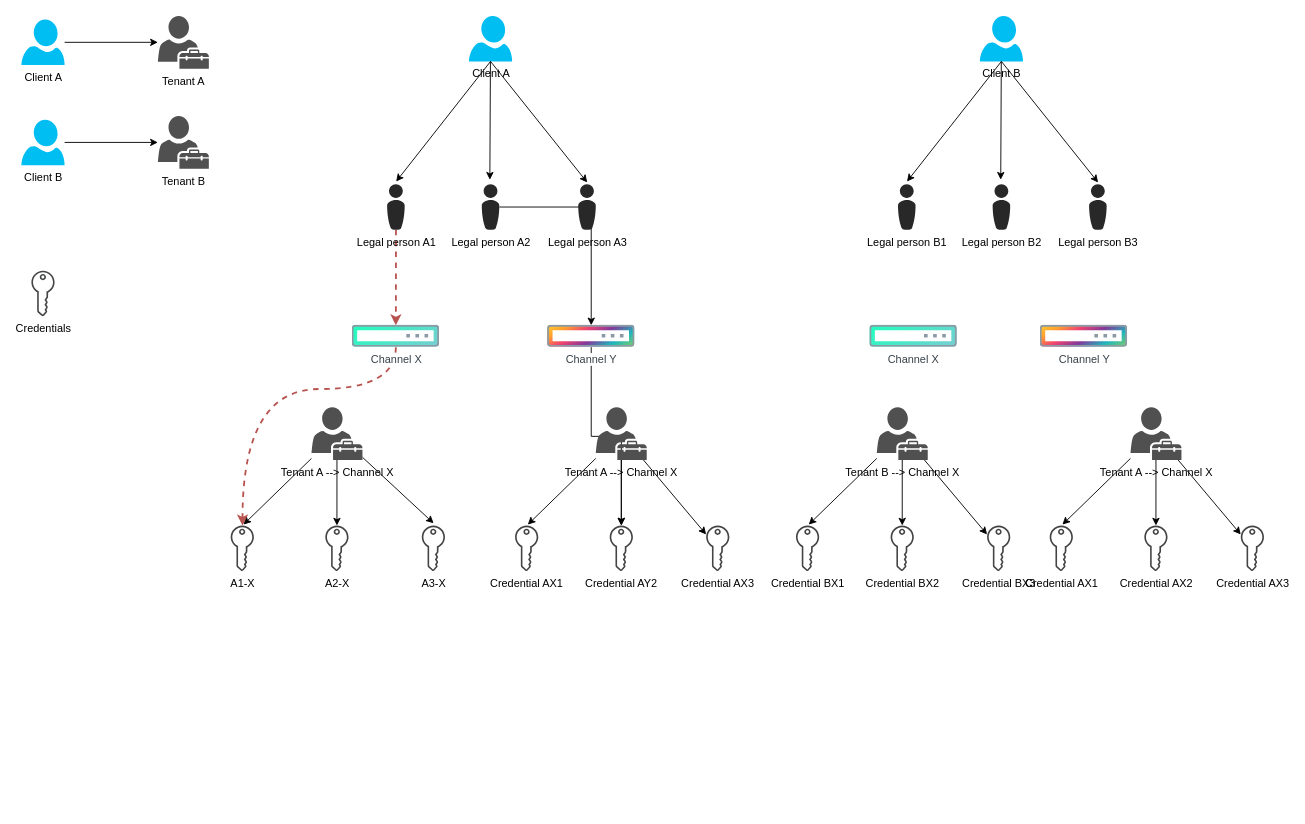
This is Fourth Payment.drawio from catface996/images, a draw.io file, before an edit. Source tidied: cells renumbered, new cells numbered last; positions are measured from the earlier drawing's top-left corner, leaving out a move shared by most shapes. Both pictures are drawn from the tidied source at 91%, with x=0, y=0 at pixel (21, 15).
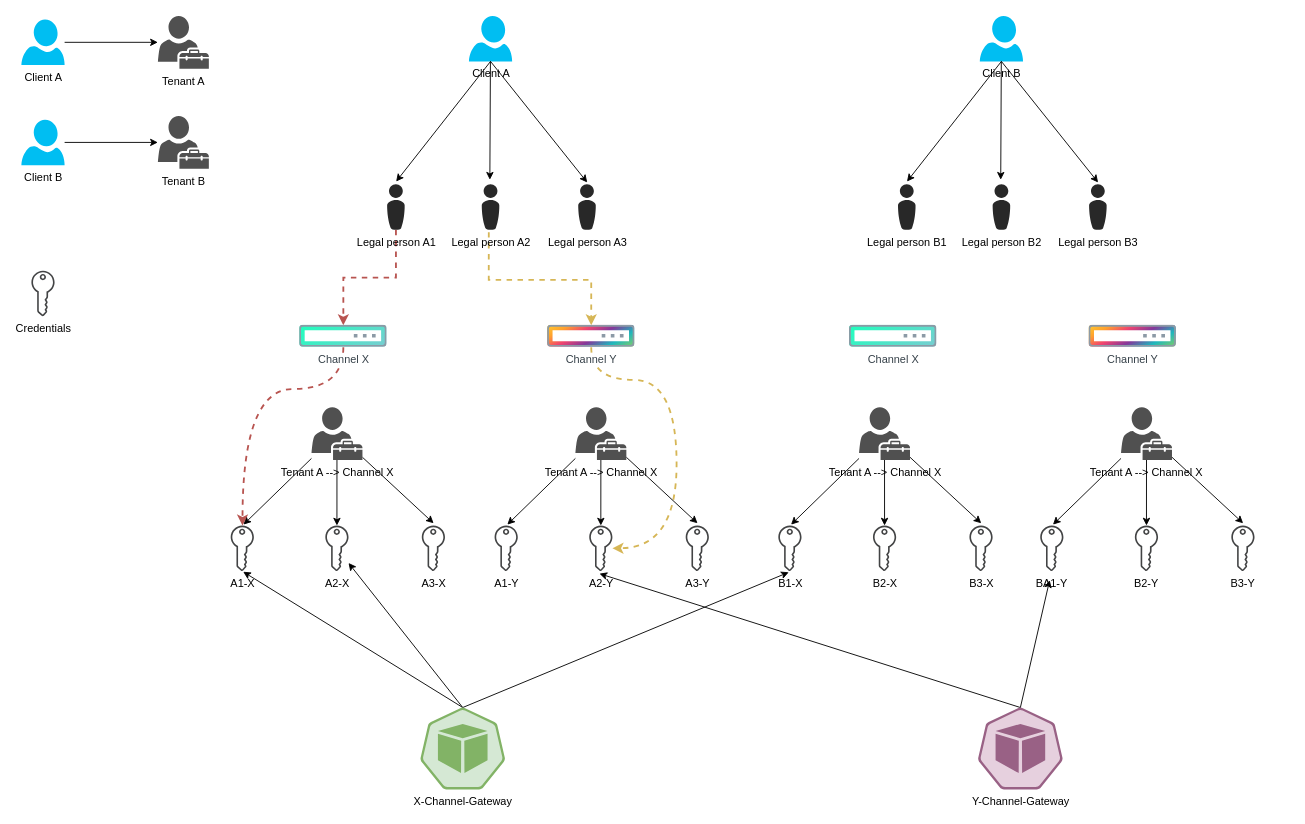
The same diagram, later.

Unchanged cells that the change refers to:
```xml
<mxCell id="7" value="Legal person A2" style="verticalLabelPosition=bottom;sketch=0;html=1;fillColor=#282828;strokeColor=none;verticalAlign=top;align=center;shape=mxgraph.cisco_safe.people_places_things_icons.icon8;" parent="1" vertex="1">
  <mxGeometry x="505.8" y="185" width="19.5" height="50" as="geometry" />
</mxCell>
<mxCell id="21" value="A1-X" style="sketch=0;shadow=0;dashed=0;html=1;strokeColor=none;fillColor=#434445;labelPosition=center;verticalLabelPosition=bottom;verticalAlign=top;align=center;outlineConnect=0;shape=mxgraph.vvd.tenant_key;" parent="1" vertex="1">
  <mxGeometry x="230" y="560" width="25.5" height="50" as="geometry" />
</mxCell>
<mxCell id="22" value="A2-X" style="sketch=0;shadow=0;dashed=0;html=1;strokeColor=none;fillColor=#434445;labelPosition=center;verticalLabelPosition=bottom;verticalAlign=top;align=center;outlineConnect=0;shape=mxgraph.vvd.tenant_key;" parent="1" vertex="1">
  <mxGeometry x="334" y="560" width="25.5" height="50" as="geometry" />
</mxCell>
<mxCell id="35" value="Channel Y" style="image;perimeter=ellipsePerimeter;html=1;align=center;fontSize=12;verticalAlign=top;fontColor=#364149;shadow=0;dashed=0;image=img/lib/cumulus/switch_voyager.svg;" parent="1" vertex="1">
  <mxGeometry x="578.2" y="340" width="96" height="24" as="geometry" />
</mxCell>
```

What changed in the source:
```diff
@@
-    <mxCell id="6" style="edgeStyle=orthogonalEdgeStyle;rounded=0;jettySize=auto;html=1;entryX=0.5;entryY=0;entryDx=0;entryDy=0;" parent="1" edge="1" source="7" target="35">
-      <mxGeometry relative="1" as="geometry" />
+    <mxCell id="6" style="rounded=0;jettySize=auto;html=1;entryX=0.5;entryY=0;entryDx=0;entryDy=0;exitX=0.402;exitY=1.052;exitDx=0;exitDy=0;exitPerimeter=0;edgeStyle=orthogonalEdgeStyle;dashed=1;fillColor=#fff2cc;strokeColor=#d6b656;strokeWidth=2;" parent="1" edge="1" source="7" target="35">
+      <mxGeometry relative="1" as="geometry">
+        <Array as="points">
+          <mxPoint x="514" y="290" />
+          <mxPoint x="626" y="290" />
+        </Array>
+      </mxGeometry>
     </mxCell>
@@
-    <mxCell id="25" style="rounded=0;jettySize=auto;html=1;" parent="1" edge="1" source="27" target="29">
-      <mxGeometry relative="1" as="geometry" />
-    </mxCell>
-    <mxCell id="26" style="rounded=0;jettySize=auto;html=1;" parent="1" edge="1" source="27" target="30">
-      <mxGeometry relative="1" as="geometry" />
-    </mxCell>
-    <mxCell id="27" value="Tenant B --&amp;gt; Channel X" style="sketch=0;shadow=0;dashed=0;html=1;strokeColor=none;fillColor=#505050;labelPosition=center;verticalLabelPosition=bottom;verticalAlign=top;outlineConnect=0;align=center;shape=mxgraph.office.users.tenant_admin;" parent="1" vertex="1">
-      <mxGeometry x="940" y="430" width="56" height="58" as="geometry" />
-    </mxCell>
-    <mxCell id="28" value="Credential BX1" style="sketch=0;shadow=0;dashed=0;html=1;strokeColor=none;fillColor=#434445;labelPosition=center;verticalLabelPosition=bottom;verticalAlign=top;align=center;outlineConnect=0;shape=mxgraph.vvd.tenant_key;" parent="1" vertex="1">
-      <mxGeometry x="851.2" y="560" width="25.5" height="50" as="geometry" />
-    </mxCell>
-    <mxCell id="29" value="Credential BX2" style="sketch=0;shadow=0;dashed=0;html=1;strokeColor=none;fillColor=#434445;labelPosition=center;verticalLabelPosition=bottom;verticalAlign=top;align=center;outlineConnect=0;shape=mxgraph.vvd.tenant_key;" parent="1" vertex="1">
-      <mxGeometry x="955.2" y="560" width="25.5" height="50" as="geometry" />
-    </mxCell>
-    <mxCell id="30" value="Credential BX3" style="sketch=0;shadow=0;dashed=0;html=1;strokeColor=none;fillColor=#434445;labelPosition=center;verticalLabelPosition=bottom;verticalAlign=top;align=center;outlineConnect=0;shape=mxgraph.vvd.tenant_key;" parent="1" vertex="1">
-      <mxGeometry x="1061.2" y="560" width="25.5" height="50" as="geometry" />
-    </mxCell>
-    <mxCell id="31" style="rounded=0;jettySize=auto;html=1;entryX=0.549;entryY=-0.02;entryDx=0;entryDy=0;entryPerimeter=0;" parent="1" edge="1" source="27" target="28">
-      <mxGeometry relative="1" as="geometry" />
-    </mxCell>
     <mxCell id="32" style="rounded=0;jettySize=auto;html=1;exitX=0.5;exitY=1;exitDx=0;exitDy=0;dashed=1;fillColor=#f8cecc;strokeColor=#b85450;strokeWidth=2;edgeStyle=orthogonalEdgeStyle;curved=1;" parent="1" edge="1" source="33" target="21">
       <mxGeometry relative="1" as="geometry">
         <Array as="points">
-          <mxPoint x="411" y="410" />
+          <mxPoint x="354" y="410" />
           <mxPoint x="243" y="410" />
         </Array>
       </mxGeometry>
     </mxCell>
     <mxCell id="33" value="Channel X" style="image;perimeter=ellipsePerimeter;html=1;align=center;fontSize=12;verticalAlign=top;fontColor=#364149;shadow=0;dashed=0;image=img/lib/cumulus/switch_out_of_band.svg;" parent="1" vertex="1">
-      <mxGeometry x="363.5" y="340" width="96" height="24" as="geometry" />
+      <mxGeometry x="305.8" y="340" width="96" height="24" as="geometry" />
     </mxCell>
-    <mxCell id="34" style="edgeStyle=orthogonalEdgeStyle;rounded=0;jettySize=auto;html=1;" parent="1" edge="1" source="35" target="47">
-      <mxGeometry relative="1" as="geometry" />
-    </mxCell>
+    <mxCell id="59" style="edgeStyle=orthogonalEdgeStyle;rounded=0;jettySize=auto;html=1;curved=1;exitX=0.5;exitY=1;exitDx=0;exitDy=0;dashed=1;fillColor=#fff2cc;strokeColor=#d6b656;strokeWidth=2;" parent="1" edge="1" source="35" target="64">
+      <mxGeometry relative="1" as="geometry">
+        <Array as="points">
+          <mxPoint x="626" y="400" />
+          <mxPoint x="720" y="400" />
+          <mxPoint x="720" y="585" />
+        </Array>
+      </mxGeometry>
+    </mxCell>
@@
-    <mxCell id="36" style="rounded=0;jettySize=auto;html=1;" parent="1" edge="1" source="38" target="40">
-      <mxGeometry relative="1" as="geometry" />
-    </mxCell>
-    <mxCell id="37" style="rounded=0;jettySize=auto;html=1;" parent="1" edge="1" source="38" target="41">
-      <mxGeometry relative="1" as="geometry" />
-    </mxCell>
-    <mxCell id="38" value="Tenant A --&amp;gt; Channel X" style="sketch=0;shadow=0;dashed=0;html=1;strokeColor=none;fillColor=#505050;labelPosition=center;verticalLabelPosition=bottom;verticalAlign=top;outlineConnect=0;align=center;shape=mxgraph.office.users.tenant_admin;" parent="1" vertex="1">
-      <mxGeometry x="1218.8" y="430" width="56" height="58" as="geometry" />
-    </mxCell>
-    <mxCell id="39" value="Credential AX1" style="sketch=0;shadow=0;dashed=0;html=1;strokeColor=none;fillColor=#434445;labelPosition=center;verticalLabelPosition=bottom;verticalAlign=top;align=center;outlineConnect=0;shape=mxgraph.vvd.tenant_key;" parent="1" vertex="1">
-      <mxGeometry x="1130" y="560" width="25.5" height="50" as="geometry" />
-    </mxCell>
-    <mxCell id="40" value="Credential AX2" style="sketch=0;shadow=0;dashed=0;html=1;strokeColor=none;fillColor=#434445;labelPosition=center;verticalLabelPosition=bottom;verticalAlign=top;align=center;outlineConnect=0;shape=mxgraph.vvd.tenant_key;" parent="1" vertex="1">
-      <mxGeometry x="1234" y="560" width="25.5" height="50" as="geometry" />
-    </mxCell>
-    <mxCell id="41" value="Credential AX3" style="sketch=0;shadow=0;dashed=0;html=1;strokeColor=none;fillColor=#434445;labelPosition=center;verticalLabelPosition=bottom;verticalAlign=top;align=center;outlineConnect=0;shape=mxgraph.vvd.tenant_key;" parent="1" vertex="1">
-      <mxGeometry x="1340" y="560" width="25.5" height="50" as="geometry" />
-    </mxCell>
-    <mxCell id="42" style="rounded=0;jettySize=auto;html=1;entryX=0.549;entryY=-0.02;entryDx=0;entryDy=0;entryPerimeter=0;" parent="1" edge="1" source="38" target="39">
-      <mxGeometry relative="1" as="geometry" />
-    </mxCell>
-    <mxCell id="43" style="rounded=0;jettySize=auto;html=1;" parent="1" edge="1" source="45" target="47">
-      <mxGeometry relative="1" as="geometry" />
-    </mxCell>
-    <mxCell id="44" style="rounded=0;jettySize=auto;html=1;" parent="1" edge="1" source="45" target="48">
-      <mxGeometry relative="1" as="geometry" />
-    </mxCell>
-    <mxCell id="45" value="Tenant A --&amp;gt; Channel X" style="sketch=0;shadow=0;dashed=0;html=1;strokeColor=none;fillColor=#505050;labelPosition=center;verticalLabelPosition=bottom;verticalAlign=top;outlineConnect=0;align=center;shape=mxgraph.office.users.tenant_admin;" parent="1" vertex="1">
-      <mxGeometry x="631.2" y="430" width="56" height="58" as="geometry" />
-    </mxCell>
-    <mxCell id="46" value="Credential AX1" style="sketch=0;shadow=0;dashed=0;html=1;strokeColor=none;fillColor=#434445;labelPosition=center;verticalLabelPosition=bottom;verticalAlign=top;align=center;outlineConnect=0;shape=mxgraph.vvd.tenant_key;" parent="1" vertex="1">
-      <mxGeometry x="542.5" y="560" width="25.5" height="50" as="geometry" />
-    </mxCell>
-    <mxCell id="47" value="Credential AY2" style="sketch=0;shadow=0;dashed=0;html=1;strokeColor=none;fillColor=#434445;labelPosition=center;verticalLabelPosition=bottom;verticalAlign=top;align=center;outlineConnect=0;shape=mxgraph.vvd.tenant_key;" parent="1" vertex="1">
-      <mxGeometry x="646.5" y="560" width="25.5" height="50" as="geometry" />
-    </mxCell>
-    <mxCell id="48" value="Credential AX3" style="sketch=0;shadow=0;dashed=0;html=1;strokeColor=none;fillColor=#434445;labelPosition=center;verticalLabelPosition=bottom;verticalAlign=top;align=center;outlineConnect=0;shape=mxgraph.vvd.tenant_key;" parent="1" vertex="1">
-      <mxGeometry x="752.5" y="560" width="25.5" height="50" as="geometry" />
-    </mxCell>
-    <mxCell id="49" style="rounded=0;jettySize=auto;html=1;entryX=0.549;entryY=-0.02;entryDx=0;entryDy=0;entryPerimeter=0;" parent="1" edge="1" source="45" target="46">
-      <mxGeometry relative="1" as="geometry" />
-    </mxCell>
     <mxCell id="50" value="Channel X" style="image;perimeter=ellipsePerimeter;html=1;align=center;fontSize=12;verticalAlign=top;fontColor=#364149;shadow=0;dashed=0;image=img/lib/cumulus/switch_out_of_band.svg;" parent="1" vertex="1">
-      <mxGeometry x="932.4" y="340" width="96" height="24" as="geometry" />
+      <mxGeometry x="910" y="340" width="96" height="24" as="geometry" />
     </mxCell>
     <mxCell id="51" value="Channel Y" style="image;perimeter=ellipsePerimeter;html=1;align=center;fontSize=12;verticalAlign=top;fontColor=#364149;shadow=0;dashed=0;image=img/lib/cumulus/switch_voyager.svg;" parent="1" vertex="1">
-      <mxGeometry x="1119.6" y="340" width="96" height="24" as="geometry" />
+      <mxGeometry x="1173.2" y="340" width="96" height="24" as="geometry" />
     </mxCell>
@@
+    <mxCell id="60" style="rounded=0;jettySize=auto;html=1;" parent="1" edge="1" source="62" target="64">
+      <mxGeometry relative="1" as="geometry" />
+    </mxCell>
+    <mxCell id="61" style="rounded=0;jettySize=auto;html=1;entryX=0.51;entryY=-0.049;entryDx=0;entryDy=0;entryPerimeter=0;" parent="1" edge="1" source="62" target="65">
+      <mxGeometry relative="1" as="geometry" />
+    </mxCell>
+    <mxCell id="62" value="Tenant A --&amp;gt; Channel X" style="sketch=0;shadow=0;dashed=0;html=1;strokeColor=none;fillColor=#505050;labelPosition=center;verticalLabelPosition=bottom;verticalAlign=top;outlineConnect=0;align=center;shape=mxgraph.office.users.tenant_admin;" parent="1" vertex="1">
+      <mxGeometry x="608.8" y="430" width="56" height="58" as="geometry" />
+    </mxCell>
+    <mxCell id="63" value="A1-Y" style="sketch=0;shadow=0;dashed=0;html=1;strokeColor=none;fillColor=#434445;labelPosition=center;verticalLabelPosition=bottom;verticalAlign=top;align=center;outlineConnect=0;shape=mxgraph.vvd.tenant_key;" parent="1" vertex="1">
+      <mxGeometry x="520" y="560" width="25.5" height="50" as="geometry" />
+    </mxCell>
+    <mxCell id="64" value="A2-Y" style="sketch=0;shadow=0;dashed=0;html=1;strokeColor=none;fillColor=#434445;labelPosition=center;verticalLabelPosition=bottom;verticalAlign=top;align=center;outlineConnect=0;shape=mxgraph.vvd.tenant_key;" parent="1" vertex="1">
+      <mxGeometry x="624" y="560" width="25.5" height="50" as="geometry" />
+    </mxCell>
+    <mxCell id="65" value="A3-Y" style="sketch=0;shadow=0;dashed=0;html=1;strokeColor=none;fillColor=#434445;labelPosition=center;verticalLabelPosition=bottom;verticalAlign=top;align=center;outlineConnect=0;shape=mxgraph.vvd.tenant_key;" parent="1" vertex="1">
+      <mxGeometry x="730" y="560" width="25.5" height="50" as="geometry" />
+    </mxCell>
+    <mxCell id="66" style="rounded=0;jettySize=auto;html=1;entryX=0.549;entryY=-0.02;entryDx=0;entryDy=0;entryPerimeter=0;" parent="1" edge="1" source="62" target="63">
+      <mxGeometry relative="1" as="geometry" />
+    </mxCell>
+    <mxCell id="67" style="rounded=0;jettySize=auto;html=1;" parent="1" edge="1" source="69" target="71">
+      <mxGeometry relative="1" as="geometry" />
+    </mxCell>
+    <mxCell id="68" style="rounded=0;jettySize=auto;html=1;entryX=0.51;entryY=-0.049;entryDx=0;entryDy=0;entryPerimeter=0;" parent="1" edge="1" source="69" target="72">
+      <mxGeometry relative="1" as="geometry" />
+    </mxCell>
+    <mxCell id="69" value="Tenant A --&amp;gt; Channel X" style="sketch=0;shadow=0;dashed=0;html=1;strokeColor=none;fillColor=#505050;labelPosition=center;verticalLabelPosition=bottom;verticalAlign=top;outlineConnect=0;align=center;shape=mxgraph.office.users.tenant_admin;" parent="1" vertex="1">
+      <mxGeometry x="920.5" y="430" width="56" height="58" as="geometry" />
+    </mxCell>
+    <mxCell id="70" value="B1-X" style="sketch=0;shadow=0;dashed=0;html=1;strokeColor=none;fillColor=#434445;labelPosition=center;verticalLabelPosition=bottom;verticalAlign=top;align=center;outlineConnect=0;shape=mxgraph.vvd.tenant_key;" parent="1" vertex="1">
+      <mxGeometry x="831.8" y="560" width="25.5" height="50" as="geometry" />
+    </mxCell>
+    <mxCell id="71" value="B2-X" style="sketch=0;shadow=0;dashed=0;html=1;strokeColor=none;fillColor=#434445;labelPosition=center;verticalLabelPosition=bottom;verticalAlign=top;align=center;outlineConnect=0;shape=mxgraph.vvd.tenant_key;" parent="1" vertex="1">
+      <mxGeometry x="935.8" y="560" width="25.5" height="50" as="geometry" />
+    </mxCell>
+    <mxCell id="72" value="B3-X" style="sketch=0;shadow=0;dashed=0;html=1;strokeColor=none;fillColor=#434445;labelPosition=center;verticalLabelPosition=bottom;verticalAlign=top;align=center;outlineConnect=0;shape=mxgraph.vvd.tenant_key;" parent="1" vertex="1">
+      <mxGeometry x="1041.8" y="560" width="25.5" height="50" as="geometry" />
+    </mxCell>
+    <mxCell id="73" style="rounded=0;jettySize=auto;html=1;entryX=0.549;entryY=-0.02;entryDx=0;entryDy=0;entryPerimeter=0;" parent="1" edge="1" source="69" target="70">
+      <mxGeometry relative="1" as="geometry" />
+    </mxCell>
+    <mxCell id="74" style="rounded=0;jettySize=auto;html=1;" parent="1" edge="1" source="76" target="78">
+      <mxGeometry relative="1" as="geometry" />
+    </mxCell>
+    <mxCell id="75" style="rounded=0;jettySize=auto;html=1;entryX=0.51;entryY=-0.049;entryDx=0;entryDy=0;entryPerimeter=0;" parent="1" edge="1" source="76" target="79">
+      <mxGeometry relative="1" as="geometry" />
+    </mxCell>
+    <mxCell id="76" value="Tenant A --&amp;gt; Channel X" style="sketch=0;shadow=0;dashed=0;html=1;strokeColor=none;fillColor=#505050;labelPosition=center;verticalLabelPosition=bottom;verticalAlign=top;outlineConnect=0;align=center;shape=mxgraph.office.users.tenant_admin;" parent="1" vertex="1">
+      <mxGeometry x="1208.4" y="430" width="56" height="58" as="geometry" />
+    </mxCell>
+    <mxCell id="77" value="BA1-Y" style="sketch=0;shadow=0;dashed=0;html=1;strokeColor=none;fillColor=#434445;labelPosition=center;verticalLabelPosition=bottom;verticalAlign=top;align=center;outlineConnect=0;shape=mxgraph.vvd.tenant_key;" parent="1" vertex="1">
+      <mxGeometry x="1119.6" y="560" width="25.5" height="50" as="geometry" />
+    </mxCell>
+    <mxCell id="78" value="B2-Y" style="sketch=0;shadow=0;dashed=0;html=1;strokeColor=none;fillColor=#434445;labelPosition=center;verticalLabelPosition=bottom;verticalAlign=top;align=center;outlineConnect=0;shape=mxgraph.vvd.tenant_key;" parent="1" vertex="1">
+      <mxGeometry x="1223.6" y="560" width="25.5" height="50" as="geometry" />
+    </mxCell>
+    <mxCell id="79" value="B3-Y" style="sketch=0;shadow=0;dashed=0;html=1;strokeColor=none;fillColor=#434445;labelPosition=center;verticalLabelPosition=bottom;verticalAlign=top;align=center;outlineConnect=0;shape=mxgraph.vvd.tenant_key;" parent="1" vertex="1">
+      <mxGeometry x="1329.6" y="560" width="25.5" height="50" as="geometry" />
+    </mxCell>
+    <mxCell id="80" style="rounded=0;jettySize=auto;html=1;entryX=0.549;entryY=-0.02;entryDx=0;entryDy=0;entryPerimeter=0;" parent="1" edge="1" source="76" target="77">
+      <mxGeometry relative="1" as="geometry" />
+    </mxCell>
+    <mxCell id="81" style="rounded=0;jettySize=auto;html=1;exitX=0.5;exitY=0;exitDx=0;exitDy=0;exitPerimeter=0;entryX=0.537;entryY=1.016;entryDx=0;entryDy=0;entryPerimeter=0;" parent="1" edge="1" source="84" target="21">
+      <mxGeometry relative="1" as="geometry" />
+    </mxCell>
+    <mxCell id="82" style="rounded=0;jettySize=auto;html=1;exitX=0.5;exitY=0;exitDx=0;exitDy=0;exitPerimeter=0;entryX=0.449;entryY=1.027;entryDx=0;entryDy=0;entryPerimeter=0;" parent="1" edge="1" source="84" target="70">
+      <mxGeometry relative="1" as="geometry" />
+    </mxCell>
+    <mxCell id="83" style="rounded=0;jettySize=auto;html=1;exitX=0.5;exitY=0;exitDx=0;exitDy=0;exitPerimeter=0;" parent="1" edge="1" source="84" target="22">
+      <mxGeometry relative="1" as="geometry" />
+    </mxCell>
+    <mxCell id="84" value="X-Channel-Gateway" style="sketch=0;html=1;dashed=0;whitespace=wrap;fillColor=#d5e8d4;strokeColor=#82b366;points=[[0.005,0.63,0],[0.1,0.2,0],[0.9,0.2,0],[0.5,0,0],[0.995,0.63,0],[0.72,0.99,0],[0.5,1,0],[0.28,0.99,0]];verticalLabelPosition=bottom;align=center;verticalAlign=top;shape=mxgraph.kubernetes.icon;prIcon=pod;gradientColor=#97d077;" parent="1" vertex="1">
+      <mxGeometry x="390" y="760" width="190" height="90" as="geometry" />
+    </mxCell>
+    <mxCell id="85" style="rounded=0;jettySize=auto;html=1;exitX=0.5;exitY=0;exitDx=0;exitDy=0;exitPerimeter=0;entryX=0.441;entryY=1.058;entryDx=0;entryDy=0;entryPerimeter=0;" parent="1" edge="1" source="86" target="64">
+      <mxGeometry relative="1" as="geometry" />
+    </mxCell>
+    <mxCell id="86" value="Y-Channel-Gateway" style="sketch=0;html=1;dashed=0;whitespace=wrap;fillColor=#e6d0de;strokeColor=#996185;points=[[0.005,0.63,0],[0.1,0.2,0],[0.9,0.2,0],[0.5,0,0],[0.995,0.63,0],[0.72,0.99,0],[0.5,1,0],[0.28,0.99,0]];verticalLabelPosition=bottom;align=center;verticalAlign=top;shape=mxgraph.kubernetes.icon;prIcon=pod;gradientColor=#d5739d;" parent="1" vertex="1">
+      <mxGeometry x="1002.8" y="760" width="190" height="90" as="geometry" />
+    </mxCell>
+    <mxCell id="87" style="rounded=0;jettySize=auto;html=1;entryX=0.407;entryY=1.2;entryDx=0;entryDy=0;entryPerimeter=0;exitX=0.5;exitY=0;exitDx=0;exitDy=0;exitPerimeter=0;" parent="1" edge="1" source="86" target="77">
+      <mxGeometry relative="1" as="geometry" />
+    </mxCell>
```
